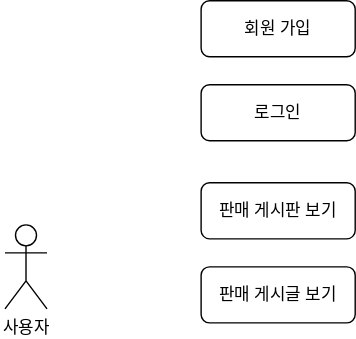
This is Document/use-case.svg from wlsdnr658/trade-demo, a draw.io export, as it was before one commit. Source tidied: cells renumbered, new cells last; positions are measured from the earlier drawing's top-left corner, leaving out a move shared by most shapes. The source it was exported from:
```xml
<mxGraphModel>
  <root>
    <mxCell id="0" />
    <mxCell id="1" parent="0" />
    <mxCell id="2" value="사용자" style="shape=umlActor;verticalLabelPosition=bottom;verticalAlign=top;html=1;" parent="1" vertex="1">
      <mxGeometry y="160" width="30" height="60" as="geometry" />
    </mxCell>
    <mxCell id="3" value="회원 가입" style="rounded=1;whiteSpace=wrap;html=1;" parent="1" vertex="1">
      <mxGeometry x="140" width="110" height="40" as="geometry" />
    </mxCell>
    <mxCell id="4" value="로그인" style="rounded=1;whiteSpace=wrap;html=1;" parent="1" vertex="1">
      <mxGeometry x="140" y="60" width="110" height="40" as="geometry" />
    </mxCell>
    <mxCell id="5" value="판매 게시판 보기" style="rounded=1;whiteSpace=wrap;html=1;" parent="1" vertex="1">
      <mxGeometry x="140" y="130" width="110" height="40" as="geometry" />
    </mxCell>
    <mxCell id="6" value="판매 게시글 보기" style="rounded=1;whiteSpace=wrap;html=1;" parent="1" vertex="1">
      <mxGeometry x="140" y="190" width="110" height="40" as="geometry" />
    </mxCell>
  </root>
</mxGraphModel>
```
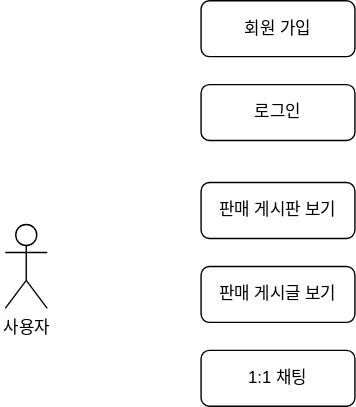
Above is the later version.

Commit message:
#3 - 유즈케이스 수정

What changed in the source:
```diff
@@ -17,5 +17,8 @@
     <mxCell id="6" value="판매 게시글 보기" style="rounded=1;whiteSpace=wrap;html=1;" parent="1" vertex="1">
       <mxGeometry x="140" y="190" width="110" height="40" as="geometry" />
     </mxCell>
+    <mxCell id="7" value="1:1 채팅" style="rounded=1;whiteSpace=wrap;html=1;" parent="1" vertex="1">
+      <mxGeometry x="140" y="250" width="110" height="40" as="geometry" />
+    </mxCell>
   </root>
 </mxGraphModel>
```
